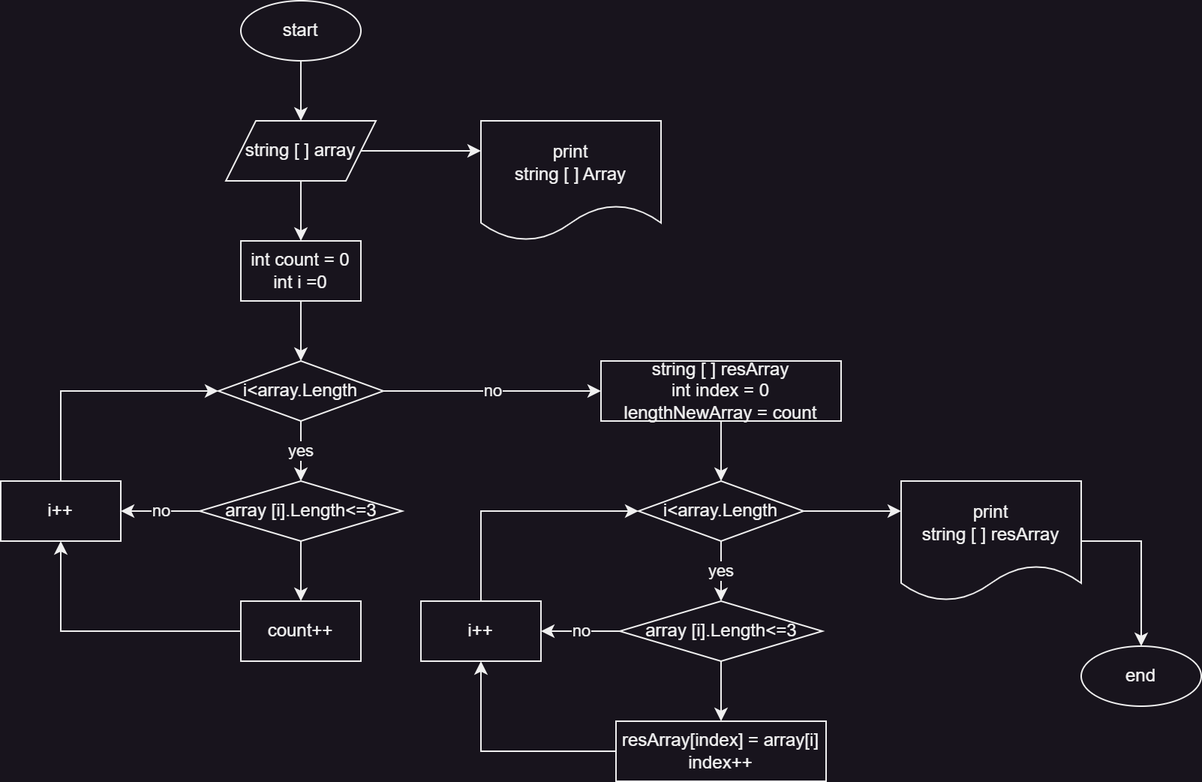
Above: Algorithm.png in JoolsCohen/Control_Work-I_quarter (draw.io), before the change. Source tidied: cells renumbered, new cells last; positions are measured from the earlier drawing's top-left corner, leaving out a move shared by most shapes.
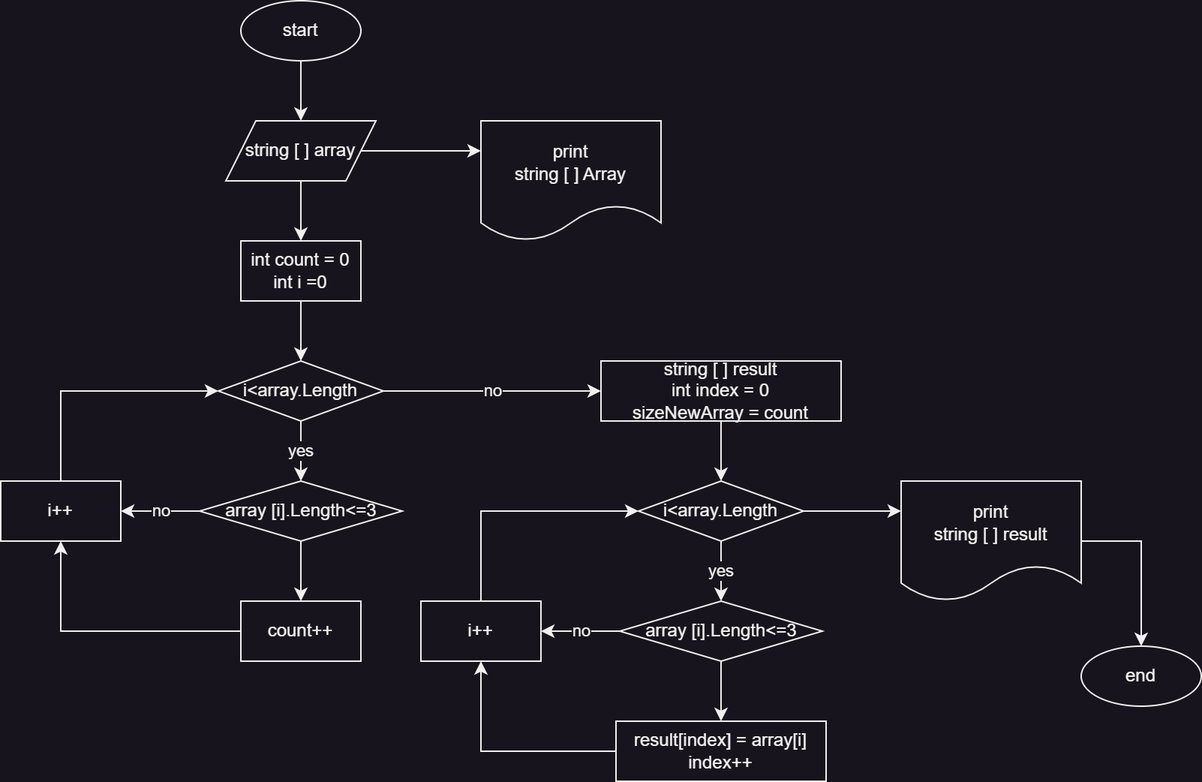
Above is the later version.

Commit message:
Добавила алгоритм блок схему

What changed in the source:
```diff
@@ -56,7 +56,7 @@
     <mxCell id="19" style="edgeStyle=orthogonalEdgeStyle;rounded=0;jettySize=auto;html=1;exitX=0.5;exitY=1;exitDx=0;exitDy=0;entryX=0.5;entryY=0;entryDx=0;entryDy=0;" parent="1" edge="1" source="20" target="23">
       <mxGeometry relative="1" as="geometry" />
     </mxCell>
-    <mxCell id="20" value="string [ ] resArray&lt;br&gt;int index = 0&lt;br&gt;lengthNewArray = count" style="rounded=0;whiteSpace=wrap;html=1;" parent="1" vertex="1">
+    <mxCell id="20" value="string [ ] result&lt;br&gt;int index = 0&lt;br&gt;sizeNewArray = count" style="rounded=0;whiteSpace=wrap;html=1;" parent="1" vertex="1">
       <mxGeometry x="400" y="240" width="160" height="40" as="geometry" />
     </mxCell>
     <mxCell id="21" value="yes" style="edgeStyle=orthogonalEdgeStyle;rounded=0;jettySize=auto;html=1;exitX=0.5;exitY=1;exitDx=0;exitDy=0;entryX=0.5;entryY=0;entryDx=0;entryDy=0;" parent="1" edge="1" source="23" target="26">
@@ -80,7 +80,7 @@
     <mxCell id="27" style="edgeStyle=orthogonalEdgeStyle;rounded=0;jettySize=auto;html=1;exitX=0;exitY=0.5;exitDx=0;exitDy=0;" parent="1" edge="1" source="28" target="30">
       <mxGeometry relative="1" as="geometry" />
     </mxCell>
-    <mxCell id="28" value="resArray[index] = array[i]&lt;br&gt;index++" style="rounded=0;whiteSpace=wrap;html=1;" parent="1" vertex="1">
+    <mxCell id="28" value="result[index] = array[i]&lt;br&gt;index++" style="rounded=0;whiteSpace=wrap;html=1;" parent="1" vertex="1">
       <mxGeometry x="410" y="480" width="140" height="40" as="geometry" />
     </mxCell>
     <mxCell id="29" style="edgeStyle=orthogonalEdgeStyle;rounded=0;jettySize=auto;html=1;exitX=0.5;exitY=0;exitDx=0;exitDy=0;entryX=0;entryY=0.5;entryDx=0;entryDy=0;" parent="1" edge="1" source="30" target="23">
@@ -92,7 +92,7 @@
     <mxCell id="31" style="edgeStyle=orthogonalEdgeStyle;rounded=0;jettySize=auto;html=1;exitX=1;exitY=0.5;exitDx=0;exitDy=0;entryX=0.5;entryY=0;entryDx=0;entryDy=0;" parent="1" edge="1" source="32" target="34">
       <mxGeometry relative="1" as="geometry" />
     </mxCell>
-    <mxCell id="32" value="print&lt;br&gt;string [ ] resArray" style="shape=document;whiteSpace=wrap;html=1;boundedLbl=1;" parent="1" vertex="1">
+    <mxCell id="32" value="print&lt;br&gt;string [ ] result" style="shape=document;whiteSpace=wrap;html=1;boundedLbl=1;" parent="1" vertex="1">
       <mxGeometry x="600" y="320" width="120" height="80" as="geometry" />
     </mxCell>
     <mxCell id="33" value="print&lt;br&gt;string [ ] Array" style="shape=document;whiteSpace=wrap;html=1;boundedLbl=1;" parent="1" vertex="1">
```
